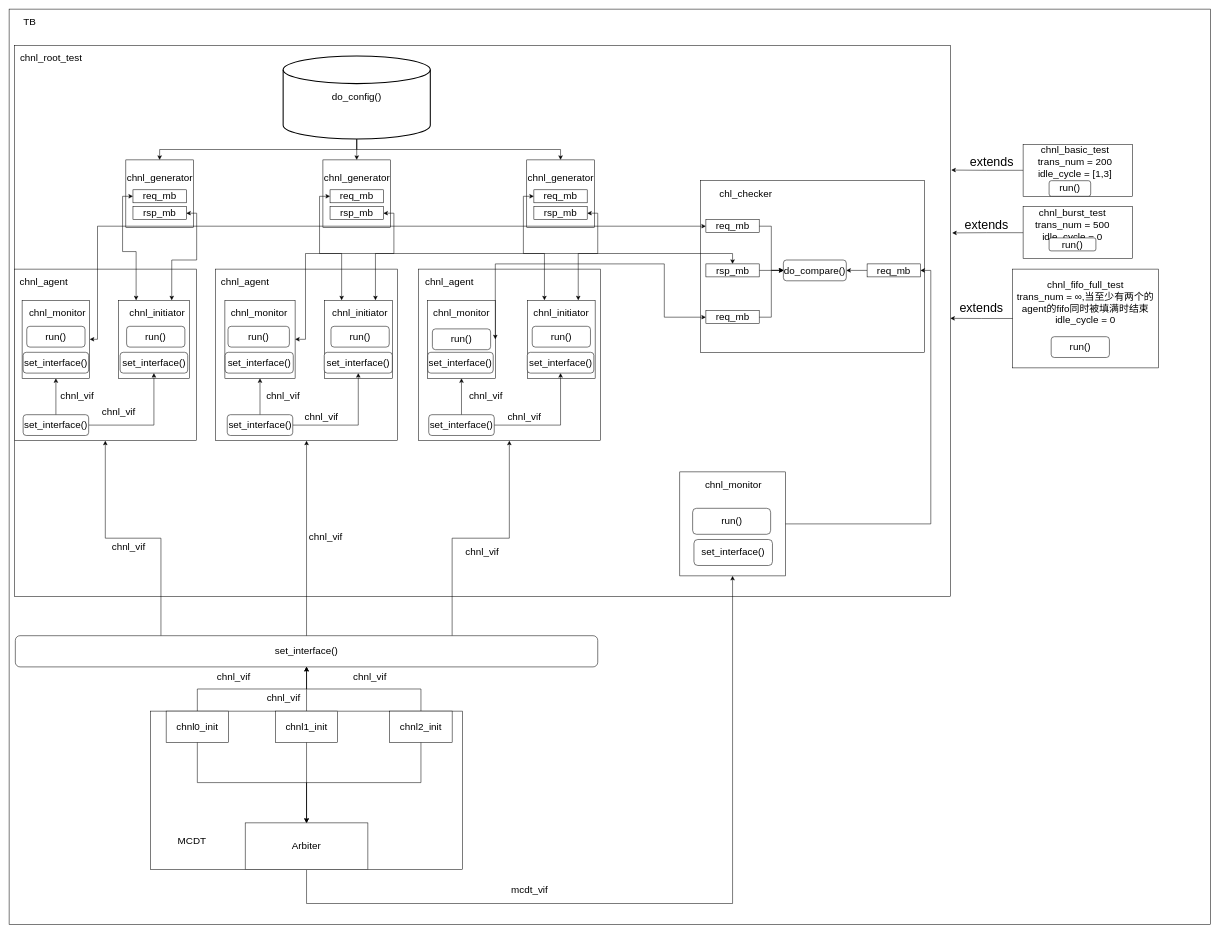
Above: 路科验证/sv-lab3.drawio in LQ0623/draw_io_picture (draw.io), before the change. Source tidied: cells renumbered, new cells numbered last; positions are measured from the earlier drawing's top-left corner, leaving out a move shared by most shapes. Both pictures are drawn from the tidied source at 52%, with x=0, y=0 at pixel (9, 9).
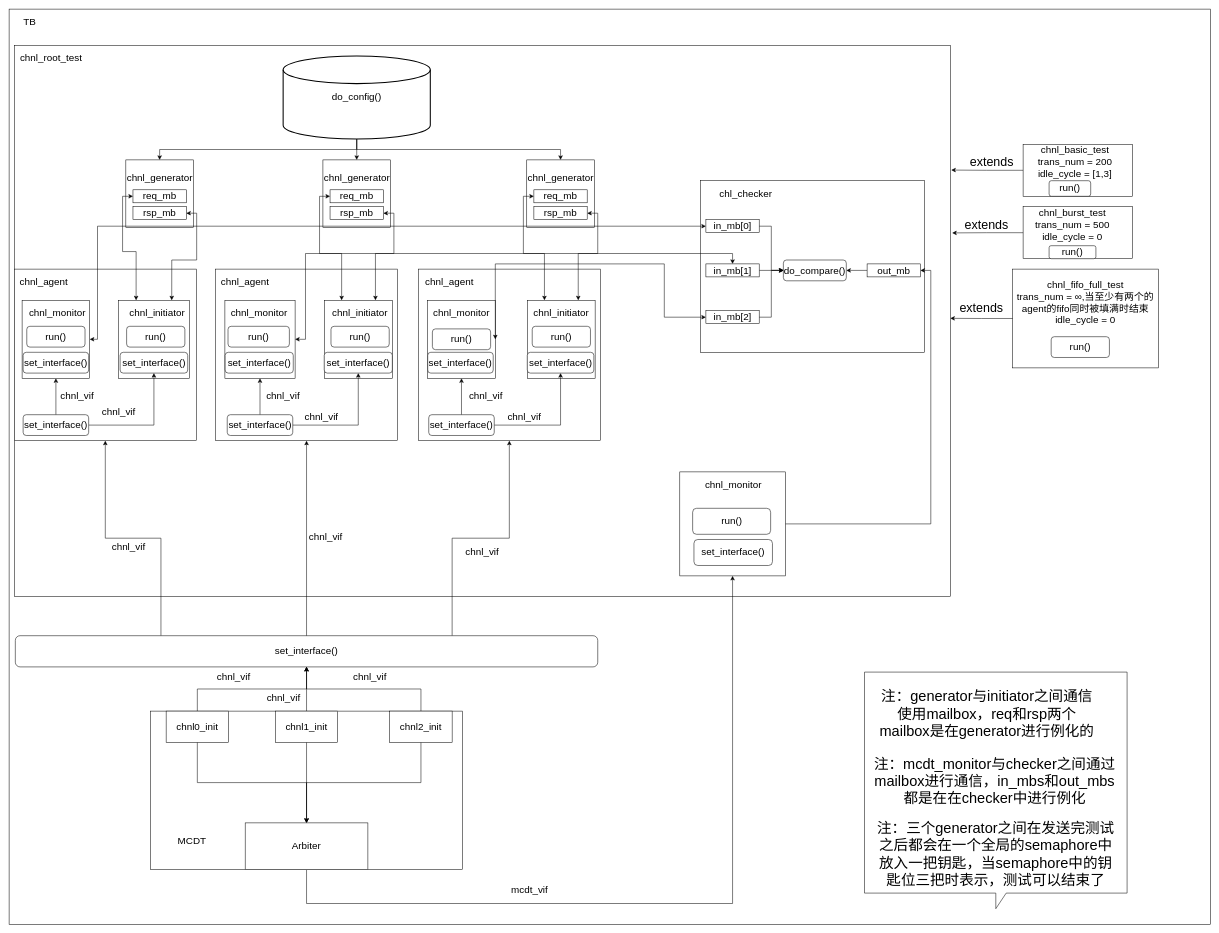
The same diagram, later.

What changed in the source:
```diff
@@
     <mxCell id="67" value="run()" style="rounded=1;whiteSpace=wrap;html=1;fontSize=19;" parent="1" vertex="1">
-      <mxGeometry x="2000" y="440" width="90" height="25" as="geometry" />
+      <mxGeometry x="2000" y="455" width="90" height="25" as="geometry" />
     </mxCell>
@@
-    <mxCell id="109" value="req_mb" style="rounded=0;whiteSpace=wrap;html=1;fontSize=19;" parent="1" vertex="1">
+    <mxCell id="109" value="in_mb[0]" style="rounded=0;whiteSpace=wrap;html=1;fontSize=19;" parent="1" vertex="1">
       <mxGeometry x="1340" y="405" width="102.5" height="25" as="geometry" />
     </mxCell>
@@
-    <mxCell id="112" value="rsp&lt;span style=&quot;background-color: transparent; color: light-dark(rgb(0, 0, 0), rgb(255, 255, 255));&quot;&gt;_mb&lt;/span&gt;" style="rounded=0;whiteSpace=wrap;html=1;fontSize=19;" parent="1" vertex="1">
+    <mxCell id="112" value="in_mb[1]" style="rounded=0;whiteSpace=wrap;html=1;fontSize=19;" parent="1" vertex="1">
       <mxGeometry x="1340" y="490" width="102.5" height="25" as="geometry" />
     </mxCell>
@@
-    <mxCell id="115" value="req_mb" style="rounded=0;whiteSpace=wrap;html=1;fontSize=19;" parent="1" vertex="1">
+    <mxCell id="115" value="in_mb[2]" style="rounded=0;whiteSpace=wrap;html=1;fontSize=19;" parent="1" vertex="1">
       <mxGeometry x="1340" y="580" width="102.5" height="25" as="geometry" />
     </mxCell>
@@
-    <mxCell id="117" value="req_mb" style="rounded=0;whiteSpace=wrap;html=1;fontSize=19;" parent="1" vertex="1">
+    <mxCell id="117" value="out_mb" style="rounded=0;whiteSpace=wrap;html=1;fontSize=19;" parent="1" vertex="1">
       <mxGeometry x="1650" y="490" width="102.5" height="25" as="geometry" />
     </mxCell>
@@
+    <mxCell id="131" style="shape=callout;whiteSpace=wrap;html=1;perimeter=calloutPerimeter;" parent="1" vertex="1">
+      <mxGeometry x="1645" y="1275" width="505" height="455" as="geometry" />
+    </mxCell>
+    <mxCell id="132" value="注：generator与initiator之间通信使用mailbox，req和rsp两个mailbox是在generator进行例化的" style="text;html=1;whiteSpace=wrap;strokeColor=none;fillColor=none;align=center;verticalAlign=middle;rounded=0;fontSize=28;" parent="1" vertex="1">
+      <mxGeometry x="1671" y="1340" width="419" height="30" as="geometry" />
+    </mxCell>
+    <mxCell id="133" value="注：mcdt_monitor与checker之间通过mailbox进行通信，in_mbs和out_mbs都是在在checker中进行例化" style="text;html=1;whiteSpace=wrap;strokeColor=none;fillColor=none;align=center;verticalAlign=middle;rounded=0;fontSize=28;" parent="1" vertex="1">
+      <mxGeometry x="1661" y="1470" width="469" height="30" as="geometry" />
+    </mxCell>
+    <mxCell id="134" value="注：三个generator之间在发送完测试之后都会在一个全局的semaphore中放入一把钥匙，当semaphore中的钥匙位三把时表示，测试可以结束了" style="text;html=1;whiteSpace=wrap;strokeColor=none;fillColor=none;align=center;verticalAlign=middle;rounded=0;fontSize=28;" parent="1" vertex="1">
+      <mxGeometry x="1663" y="1610" width="469" height="30" as="geometry" />
+    </mxCell>
```
